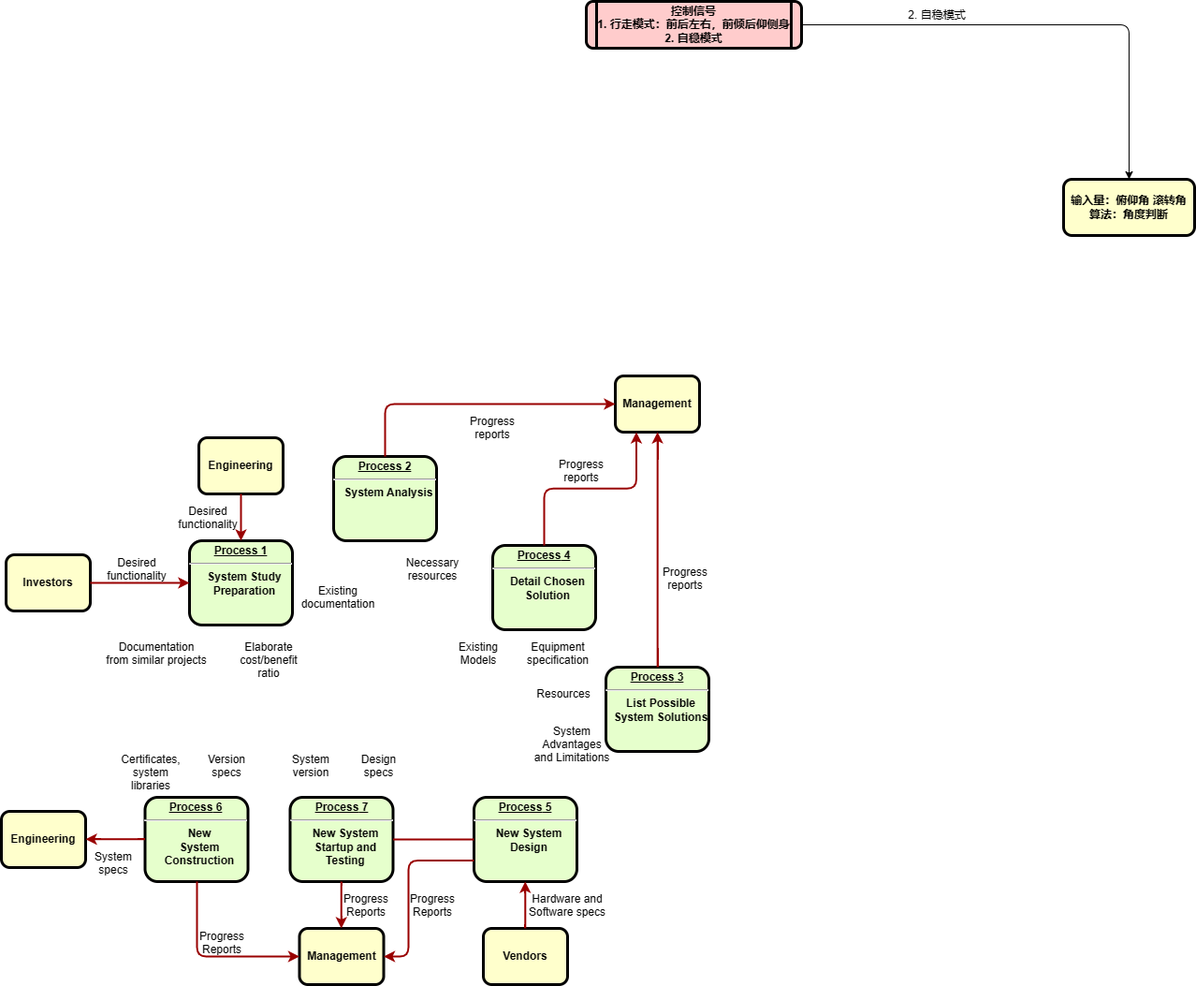
KAZAMA-DREAM/picture keeps this draw.io diagram as 机器人总体流程.drawio.png. Above is the earlier version. Source tidied: cells renumbered, new cells last; positions are measured from the earlier drawing's top-left corner, leaving out a move shared by most shapes.
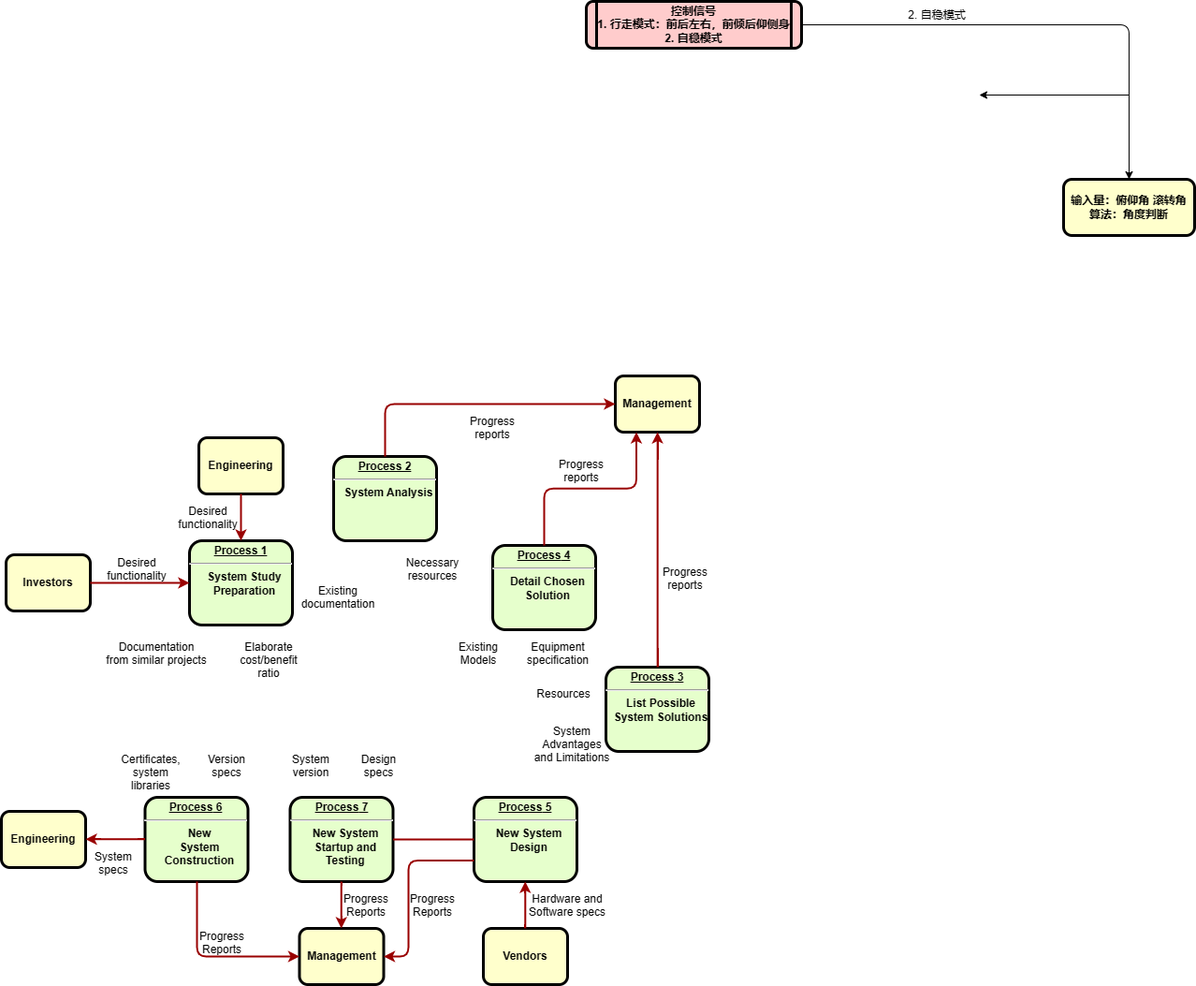
After the change.

Commit message:
更新机器人总体流程.drawio.png

What changed in the source:
```diff
@@ -166,5 +166,11 @@
     <mxCell id="51" value="输入量：俯仰角 滚转角&#10;算法：角度判断" style="whiteSpace=wrap;align=center;verticalAlign=middle;fontStyle=1;strokeWidth=3;fillColor=#FFFFCC;rounded=1;" parent="1" vertex="1">
       <mxGeometry x="1135" y="190" width="140" height="60" as="geometry" />
     </mxCell>
+    <mxCell id="52" style="endArrow=classic;html=1;rounded=1;" parent="1" edge="1">
+      <mxGeometry relative="1" as="geometry">
+        <mxPoint x="1205" y="100" as="sourcePoint" />
+        <mxPoint x="1045" y="100" as="targetPoint" />
+      </mxGeometry>
+    </mxCell>
   </root>
 </mxGraphModel>
```
